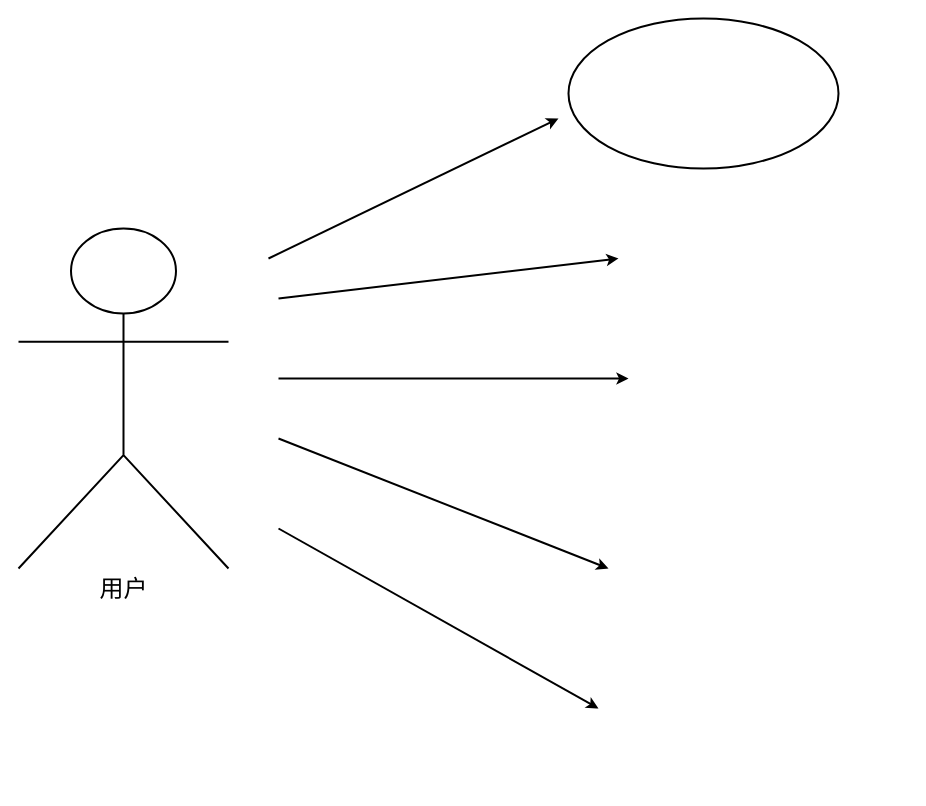
This is 未命名绘图.drawio from Yaozongbin0828/UMLetDraw, a draw.io file, before an edit. Source tidied: cells renumbered, new cells numbered last; positions are measured from the earlier drawing's top-left corner, leaving out a move shared by most shapes. Both pictures are drawn from the tidied source at 100%, with x=0, y=0 at pixel (18, 18).
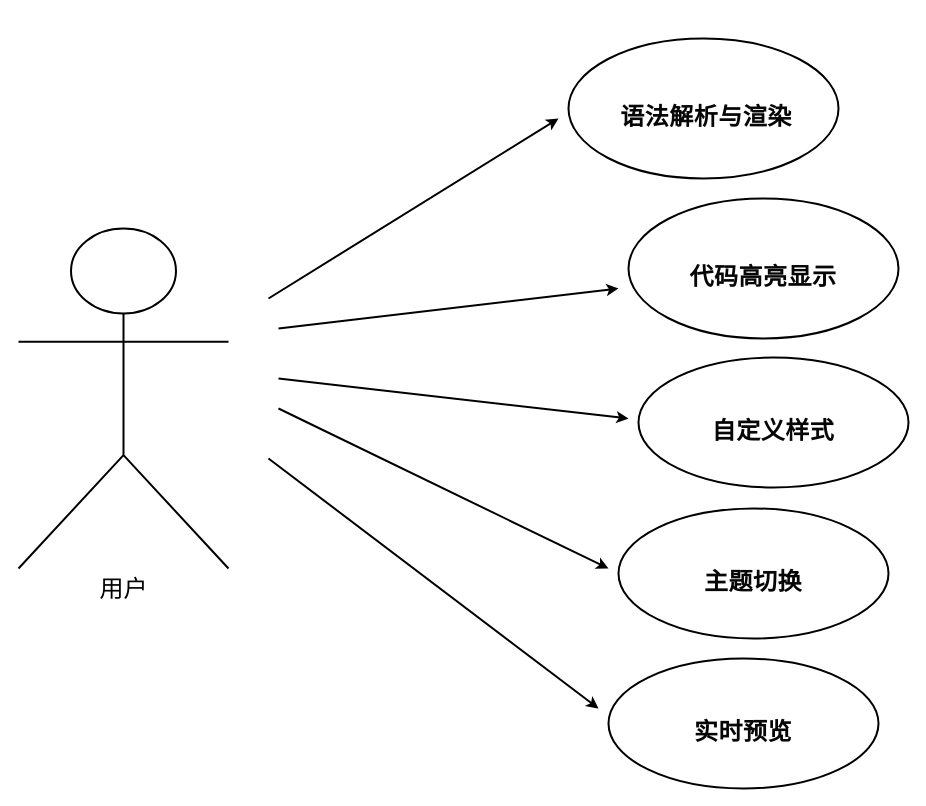
The same diagram, later.

Commit message (it also covers changes not shown here):
更新未命名绘图.drawio

What changed in the source:
```diff
@@
 <mxGraphModel>
   <root>
     <mxCell id="0" />
     <mxCell id="1" parent="0" />
     <mxCell id="2" value="&lt;font style=&quot;font-size: 24px;&quot;&gt;用户&lt;/font&gt;" style="shape=umlActor;verticalLabelPosition=bottom;verticalAlign=top;html=1;strokeWidth=2;" parent="1" vertex="1">
       <mxGeometry y="210" width="210" height="340" as="geometry" />
     </mxCell>
     <mxCell id="3" style="endArrow=classic;html=1;rounded=0;strokeWidth=2;" parent="1" edge="1">
       <mxGeometry relative="1" as="geometry">
-        <mxPoint x="250" y="240" as="sourcePoint" />
+        <mxPoint x="250" y="280" as="sourcePoint" />
         <mxPoint x="540" y="100" as="targetPoint" />
       </mxGeometry>
     </mxCell>
     <mxCell id="4" style="endArrow=classic;html=1;rounded=0;strokeWidth=2;" parent="1" edge="1">
       <mxGeometry relative="1" as="geometry">
-        <mxPoint x="260" y="280" as="sourcePoint" />
-        <mxPoint x="600" y="240" as="targetPoint" />
+        <mxPoint x="260" y="310" as="sourcePoint" />
+        <mxPoint x="600" y="270" as="targetPoint" />
       </mxGeometry>
     </mxCell>
     <mxCell id="5" style="endArrow=classic;html=1;rounded=0;strokeWidth=2;" parent="1" edge="1">
       <mxGeometry relative="1" as="geometry">
         <mxPoint x="260" y="360" as="sourcePoint" />
-        <mxPoint x="610" y="360" as="targetPoint" />
+        <mxPoint x="610" y="400" as="targetPoint" />
       </mxGeometry>
     </mxCell>
     <mxCell id="6" style="endArrow=classic;html=1;rounded=0;strokeWidth=2;" parent="1" edge="1">
       <mxGeometry relative="1" as="geometry">
-        <mxPoint x="260" y="420" as="sourcePoint" />
+        <mxPoint x="260" y="390" as="sourcePoint" />
         <mxPoint x="590" y="550" as="targetPoint" />
       </mxGeometry>
     </mxCell>
     <mxCell id="7" style="endArrow=classic;html=1;rounded=0;strokeWidth=2;" parent="1" edge="1">
       <mxGeometry relative="1" as="geometry">
-        <mxPoint x="260" y="510" as="sourcePoint" />
+        <mxPoint x="250" y="440" as="sourcePoint" />
         <mxPoint x="580" y="690" as="targetPoint" />
       </mxGeometry>
     </mxCell>
-    <mxCell id="8" style="ellipse;whiteSpace=wrap;html=1;strokeWidth=2;" parent="1" vertex="1">
-      <mxGeometry x="550" width="270" height="150" as="geometry" />
+    <mxCell id="8" value="&lt;h2 style=&quot;margin: 1em 0px 0px; padding: 0px; border: 0px; font-variant-numeric: inherit; font-variant-east-asian: inherit; font-variant-alternates: inherit; font-variant-position: inherit; font-variant-emoji: inherit; font-stretch: inherit; line-height: 24px; font-family: -apple-system, BlinkMacSystemFont, &amp;quot;Helvetica Neue&amp;quot;, Helvetica, &amp;quot;Segoe UI&amp;quot;, Arial, Roboto, &amp;quot;PingFang SC&amp;quot;, MIUI, &amp;quot;Hiragino Sans GB&amp;quot;, &amp;quot;Microsoft YaHei&amp;quot;, sans-serif; font-optical-sizing: inherit; font-size-adjust: inherit; font-kerning: inherit; font-feature-settings: inherit; font-variation-settings: inherit; vertical-align: baseline; color: rgb(6, 6, 7); letter-spacing: 0.5px; text-align: start; background-color: rgb(255, 255, 255);&quot; class=&quot;&quot;&gt;&lt;span style=&quot;margin: 0px; padding: 0px; border: 0px; font-style: inherit; font-variant: inherit; font-stretch: inherit; line-height: inherit; font-family: inherit; font-optical-sizing: inherit; font-size-adjust: inherit; font-kerning: inherit; font-feature-settings: inherit; font-variation-settings: inherit; vertical-align: baseline;&quot; class=&quot;&quot;&gt;&lt;font style=&quot;font-size: 24px;&quot;&gt;&amp;nbsp;语法解析与渲染&lt;/font&gt;&lt;/span&gt;&lt;/h2&gt;" style="ellipse;whiteSpace=wrap;html=1;strokeWidth=2;" parent="1" vertex="1">
+      <mxGeometry x="550" y="20" width="270" height="140" as="geometry" />
     </mxCell>
+    <mxCell id="9" value="&lt;h2 style=&quot;margin: 1em 0px 0px; padding: 0px; border: 0px; font-variant-numeric: inherit; font-variant-east-asian: inherit; font-variant-alternates: inherit; font-variant-position: inherit; font-variant-emoji: inherit; font-stretch: inherit; line-height: 24px; font-family: -apple-system, BlinkMacSystemFont, &amp;quot;Helvetica Neue&amp;quot;, Helvetica, &amp;quot;Segoe UI&amp;quot;, Arial, Roboto, &amp;quot;PingFang SC&amp;quot;, MIUI, &amp;quot;Hiragino Sans GB&amp;quot;, &amp;quot;Microsoft YaHei&amp;quot;, sans-serif; font-optical-sizing: inherit; font-size-adjust: inherit; font-kerning: inherit; font-feature-settings: inherit; font-variation-settings: inherit; vertical-align: baseline; color: rgb(6, 6, 7); letter-spacing: 0.5px; text-align: start; background-color: rgb(255, 255, 255);&quot; class=&quot;&quot;&gt;&lt;span style=&quot;margin: 0px; padding: 0px; border: 0px; font-style: inherit; font-variant: inherit; font-stretch: inherit; line-height: inherit; font-family: inherit; font-optical-sizing: inherit; font-size-adjust: inherit; font-kerning: inherit; font-feature-settings: inherit; font-variation-settings: inherit; vertical-align: baseline;&quot; class=&quot;&quot;&gt;&lt;font style=&quot;font-size: 24px;&quot;&gt;代码高亮显示&lt;/font&gt;&lt;/span&gt;&lt;/h2&gt;" style="ellipse;whiteSpace=wrap;html=1;strokeWidth=2;" parent="1" vertex="1">
+      <mxGeometry x="610" y="180" width="270" height="140" as="geometry" />
+    </mxCell>
+    <mxCell id="10" value="&lt;h2 style=&quot;margin: 1em 0px 0px; padding: 0px; border: 0px; font-variant-numeric: inherit; font-variant-east-asian: inherit; font-variant-alternates: inherit; font-variant-position: inherit; font-variant-emoji: inherit; font-stretch: inherit; line-height: 24px; font-family: -apple-system, BlinkMacSystemFont, &amp;quot;Helvetica Neue&amp;quot;, Helvetica, &amp;quot;Segoe UI&amp;quot;, Arial, Roboto, &amp;quot;PingFang SC&amp;quot;, MIUI, &amp;quot;Hiragino Sans GB&amp;quot;, &amp;quot;Microsoft YaHei&amp;quot;, sans-serif; font-optical-sizing: inherit; font-size-adjust: inherit; font-kerning: inherit; font-feature-settings: inherit; font-variation-settings: inherit; vertical-align: baseline; color: rgb(6, 6, 7); letter-spacing: 0.5px; text-align: start; background-color: rgb(255, 255, 255);&quot; class=&quot;&quot;&gt;&lt;span style=&quot;margin: 0px; padding: 0px; border: 0px; font-style: inherit; font-variant: inherit; font-stretch: inherit; line-height: inherit; font-family: inherit; font-optical-sizing: inherit; font-size-adjust: inherit; font-kerning: inherit; font-feature-settings: inherit; font-variation-settings: inherit; vertical-align: baseline;&quot; class=&quot;&quot;&gt;&lt;font style=&quot;font-size: 24px;&quot;&gt;自定义样式&lt;/font&gt;&lt;/span&gt;&lt;/h2&gt;" style="ellipse;whiteSpace=wrap;html=1;strokeWidth=2;" parent="1" vertex="1">
+      <mxGeometry x="620" y="339" width="270" height="130" as="geometry" />
+    </mxCell>
+    <mxCell id="11" value="&lt;h2 style=&quot;margin: 1em 0px 0px; padding: 0px; border: 0px; font-variant-numeric: inherit; font-variant-east-asian: inherit; font-variant-alternates: inherit; font-variant-position: inherit; font-variant-emoji: inherit; font-stretch: inherit; line-height: 24px; font-family: -apple-system, BlinkMacSystemFont, &amp;quot;Helvetica Neue&amp;quot;, Helvetica, &amp;quot;Segoe UI&amp;quot;, Arial, Roboto, &amp;quot;PingFang SC&amp;quot;, MIUI, &amp;quot;Hiragino Sans GB&amp;quot;, &amp;quot;Microsoft YaHei&amp;quot;, sans-serif; font-optical-sizing: inherit; font-size-adjust: inherit; font-kerning: inherit; font-feature-settings: inherit; font-variation-settings: inherit; vertical-align: baseline; color: rgb(6, 6, 7); letter-spacing: 0.5px; text-align: start; background-color: rgb(255, 255, 255);&quot; class=&quot;&quot;&gt;&lt;span style=&quot;font-size: 24px;&quot;&gt;主题切换&lt;/span&gt;&lt;/h2&gt;" style="ellipse;whiteSpace=wrap;html=1;strokeWidth=2;" parent="1" vertex="1">
+      <mxGeometry x="600" y="490" width="270" height="130" as="geometry" />
+    </mxCell>
+    <mxCell id="12" value="&lt;h2 style=&quot;margin: 1em 0px 0px; padding: 0px; border: 0px; font-variant-numeric: inherit; font-variant-east-asian: inherit; font-variant-alternates: inherit; font-variant-position: inherit; font-variant-emoji: inherit; font-stretch: inherit; line-height: 24px; font-family: -apple-system, BlinkMacSystemFont, &amp;quot;Helvetica Neue&amp;quot;, Helvetica, &amp;quot;Segoe UI&amp;quot;, Arial, Roboto, &amp;quot;PingFang SC&amp;quot;, MIUI, &amp;quot;Hiragino Sans GB&amp;quot;, &amp;quot;Microsoft YaHei&amp;quot;, sans-serif; font-optical-sizing: inherit; font-size-adjust: inherit; font-kerning: inherit; font-feature-settings: inherit; font-variation-settings: inherit; vertical-align: baseline; color: rgb(6, 6, 7); letter-spacing: 0.5px; text-align: start; background-color: rgb(255, 255, 255);&quot; class=&quot;&quot;&gt;&lt;span style=&quot;font-size: 24px;&quot;&gt;实时预览&lt;/span&gt;&lt;/h2&gt;" style="ellipse;whiteSpace=wrap;html=1;strokeWidth=2;" parent="1" vertex="1">
+      <mxGeometry x="590" y="640" width="270" height="130" as="geometry" />
+    </mxCell>
   </root>
 </mxGraphModel>
```
